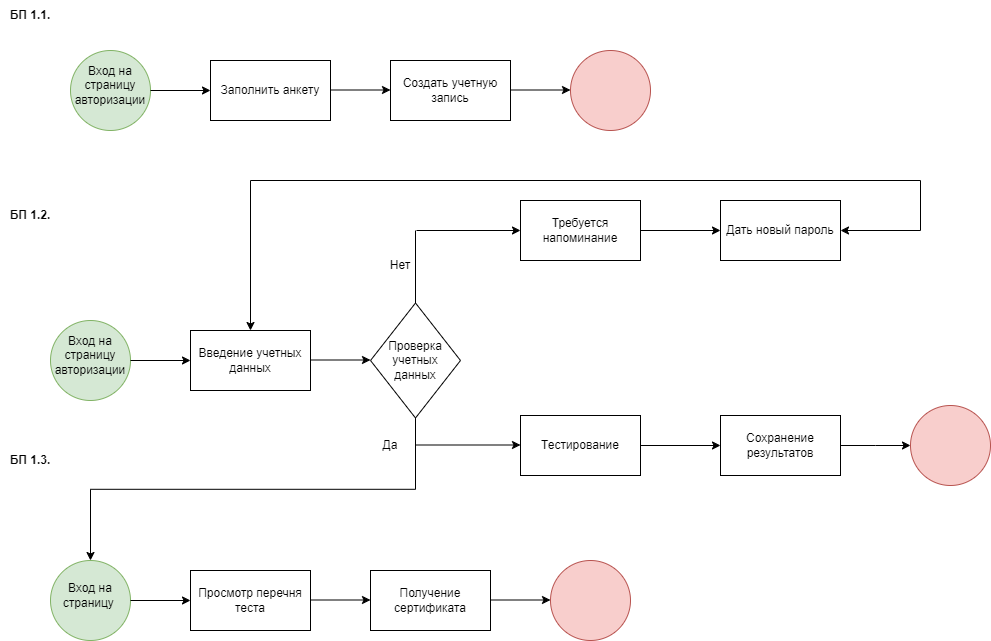
The draw.io diagram БП_user.drawio.png in setusq/SPO234D6, before a commit. Source tidied: cells renumbered, new cells last; positions are measured from the earlier drawing's top-left corner, leaving out a move shared by most shapes.
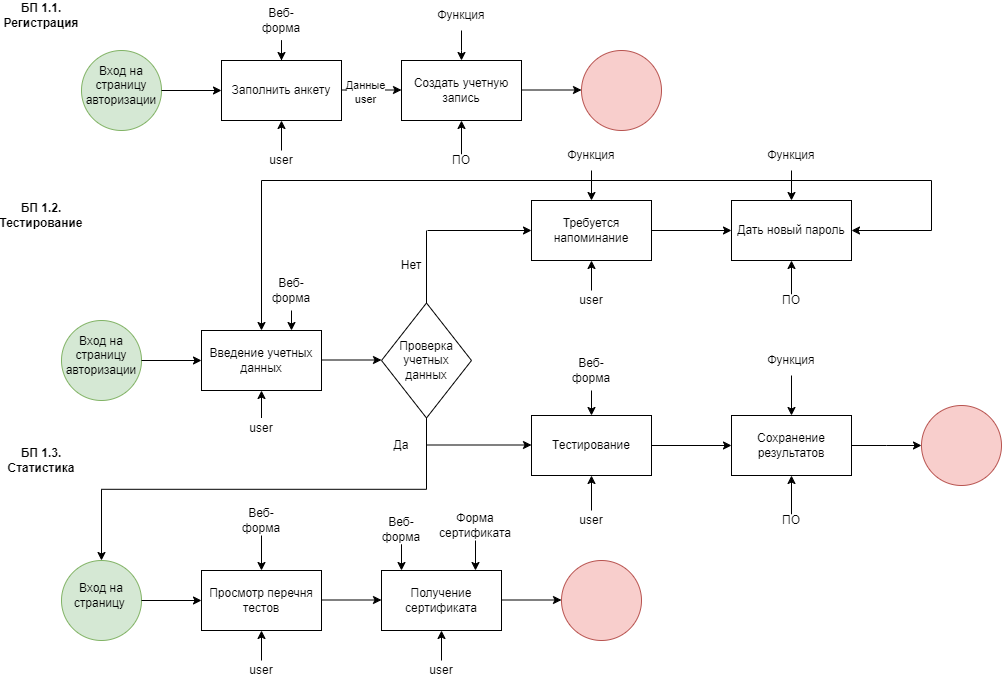
The same file after the commit.

The edit, as a diff of the source:
```diff
@@ -2,7 +2,7 @@
   <root>
     <mxCell id="0" />
     <mxCell id="1" parent="0" />
-    <mxCell id="2" value="БП 1.2." style="text;html=1;strokeColor=none;fillColor=none;align=center;verticalAlign=middle;whiteSpace=wrap;rounded=0;fontStyle=1;" parent="1" vertex="1">
+    <mxCell id="2" value="БП 1.2. Тестирование" style="text;html=1;strokeColor=none;fillColor=none;align=center;verticalAlign=middle;whiteSpace=wrap;rounded=0;fontStyle=1;" parent="1" vertex="1">
       <mxGeometry y="200" width="60" height="30" as="geometry" />
     </mxCell>
     <mxCell id="3" style="endArrow=classic;html=1;rounded=0;entryX=0.5;entryY=0;entryDx=0;entryDy=0;" parent="1" edge="1" target="15">
@@ -91,7 +91,7 @@
     <mxCell id="24" value="Просмотр " style="group;verticalAlign=middle;" parent="23" vertex="1">
       <mxGeometry x="140" y="10" width="120" height="60" as="geometry" />
     </mxCell>
-    <mxCell id="25" value="Просмотр перечня теста" style="rounded=0;whiteSpace=wrap;html=1;" parent="24" vertex="1">
+    <mxCell id="25" value="Просмотр перечня тестов" style="rounded=0;whiteSpace=wrap;html=1;" parent="24" vertex="1">
       <mxGeometry width="120" height="60" as="geometry" />
     </mxCell>
     <mxCell id="26" style="group;" parent="23" vertex="1">
@@ -153,13 +153,13 @@
     <mxCell id="40" value="Сохранение результатов" style="whiteSpace=wrap;html=1;rounded=0;" parent="1" vertex="1">
       <mxGeometry x="720" y="415" width="120" height="60" as="geometry" />
     </mxCell>
-    <mxCell id="41" value="БП 1.3." style="text;html=1;strokeColor=none;fillColor=none;align=center;verticalAlign=middle;whiteSpace=wrap;rounded=0;fontStyle=1;" parent="1" vertex="1">
+    <mxCell id="41" value="БП 1.3. Статистика" style="text;html=1;strokeColor=none;fillColor=none;align=center;verticalAlign=middle;whiteSpace=wrap;rounded=0;fontStyle=1;" parent="1" vertex="1">
       <mxGeometry y="445" width="60" height="30" as="geometry" />
     </mxCell>
     <mxCell id="42" style="group;" parent="1" vertex="1">
       <mxGeometry width="650" height="130" as="geometry" />
     </mxCell>
-    <mxCell id="43" value="БП 1.1." style="text;html=1;strokeColor=none;fillColor=none;align=center;verticalAlign=middle;whiteSpace=wrap;rounded=0;fontStyle=1;" parent="42" vertex="1">
+    <mxCell id="43" value="БП 1.1.&lt;br&gt;Регистрация" style="text;html=1;strokeColor=none;fillColor=none;align=center;verticalAlign=middle;whiteSpace=wrap;rounded=0;fontStyle=1;" parent="42" vertex="1">
       <mxGeometry width="60" height="30" as="geometry" />
     </mxCell>
     <mxCell id="44" style="group;" parent="42" vertex="1">
@@ -183,37 +183,171 @@
     <mxCell id="50" value="Вход на страницу авторизации" style="text;html=1;strokeColor=none;fillColor=none;align=center;verticalAlign=middle;whiteSpace=wrap;rounded=0;" parent="48" vertex="1">
       <mxGeometry y="10" width="80" height="50" as="geometry" />
     </mxCell>
-    <mxCell id="51" style="group;" parent="44" vertex="1">
-      <mxGeometry x="320" y="10" width="120" height="60" as="geometry" />
-    </mxCell>
+    <mxCell id="56" style="endArrow=classic;html=1;rounded=0;entryX=0;entryY=0.5;entryDx=0;entryDy=0;" parent="44" edge="1" target="47">
+      <mxGeometry relative="1" as="geometry">
+        <mxPoint x="80" y="40" as="sourcePoint" />
+      </mxGeometry>
+    </mxCell>
+    <mxCell id="57" style="endArrow=classic;html=1;rounded=0;entryX=0;entryY=0.5;entryDx=0;entryDy=0;" parent="44" edge="1">
+      <mxGeometry relative="1" as="geometry">
+        <mxPoint x="260" y="39.5" as="sourcePoint" />
+        <mxPoint x="320" y="39.5" as="targetPoint" />
+      </mxGeometry>
+    </mxCell>
+    <mxCell id="59" value="Данные &lt;br&gt;user" style="edgeLabel;html=1;align=center;verticalAlign=middle;" parent="57" vertex="1">
+      <mxGeometry x="-0.23" y="-1" relative="1" as="geometry">
+        <mxPoint y="1" as="offset" />
+      </mxGeometry>
+    </mxCell>
+    <mxCell id="58" style="endArrow=classic;html=1;rounded=0;entryX=0;entryY=0.5;entryDx=0;entryDy=0;" parent="44" edge="1">
+      <mxGeometry relative="1" as="geometry">
+        <mxPoint x="440" y="39.5" as="sourcePoint" />
+        <mxPoint x="500" y="39.5" as="targetPoint" />
+      </mxGeometry>
+    </mxCell>
+    <mxCell id="55" style="ellipse;whiteSpace=wrap;html=1;horizontal=0;fillColor=#f8cecc;strokeColor=#b85450;" parent="44" vertex="1">
+      <mxGeometry x="500" width="80" height="80" as="geometry" />
+    </mxCell>
-    <mxCell id="52" style="rounded=0;whiteSpace=wrap;html=1;" parent="51" vertex="1">
-      <mxGeometry width="120" height="60" as="geometry" />
+    <mxCell id="52" style="rounded=0;whiteSpace=wrap;html=1;" parent="44" vertex="1">
+      <mxGeometry x="320" y="10" width="120" height="60" as="geometry" />
     </mxCell>
-    <mxCell id="53" value="Создать учетную запись" style="text;html=1;strokeColor=none;fillColor=none;align=center;verticalAlign=middle;whiteSpace=wrap;rounded=0;" parent="51" vertex="1">
-      <mxGeometry y="15" width="120" height="30" as="geometry" />
+    <mxCell id="53" value="Создать учетную запись" style="text;html=1;strokeColor=none;fillColor=none;align=center;verticalAlign=middle;whiteSpace=wrap;rounded=0;" parent="44" vertex="1">
+      <mxGeometry x="320" y="25" width="120" height="30" as="geometry" />
     </mxCell>
-    <mxCell id="54" style="group;" parent="44" vertex="1">
-      <mxGeometry x="500" width="80" height="80" as="geometry" />
-    </mxCell>
-    <mxCell id="55" style="ellipse;whiteSpace=wrap;html=1;horizontal=0;fillColor=#f8cecc;strokeColor=#b85450;" parent="54" vertex="1">
-      <mxGeometry width="80" height="80" as="geometry" />
-    </mxCell>
-    <mxCell id="56" style="endArrow=classic;html=1;rounded=0;entryX=0;entryY=0.5;entryDx=0;entryDy=0;" parent="44" edge="1" target="47">
-      <mxGeometry relative="1" as="geometry">
-        <mxPoint x="80" y="40" as="sourcePoint" />
-      </mxGeometry>
-    </mxCell>
-    <mxCell id="57" style="endArrow=classic;html=1;rounded=0;entryX=0;entryY=0.5;entryDx=0;entryDy=0;" parent="44" edge="1">
-      <mxGeometry relative="1" as="geometry">
-        <mxPoint x="260" y="39.5" as="sourcePoint" />
-        <mxPoint x="320" y="39.5" as="targetPoint" />
-      </mxGeometry>
-    </mxCell>
-    <mxCell id="58" style="endArrow=classic;html=1;rounded=0;entryX=0;entryY=0.5;entryDx=0;entryDy=0;" parent="44" edge="1">
-      <mxGeometry relative="1" as="geometry">
-        <mxPoint x="440" y="39.5" as="sourcePoint" />
-        <mxPoint x="500" y="39.5" as="targetPoint" />
-      </mxGeometry>
-    </mxCell>
+    <mxCell id="60" style="edgeStyle=orthogonalEdgeStyle;rounded=0;jettySize=auto;html=1;entryX=0.5;entryY=0;entryDx=0;entryDy=0;" parent="42" edge="1" source="61" target="46">
+      <mxGeometry relative="1" as="geometry" />
+    </mxCell>
+    <mxCell id="61" value="Веб-форма" style="text;html=1;strokeColor=none;fillColor=none;align=center;verticalAlign=middle;whiteSpace=wrap;rounded=0;" parent="42" vertex="1">
+      <mxGeometry x="240" width="60" height="40" as="geometry" />
+    </mxCell>
+    <mxCell id="62" style="edgeStyle=orthogonalEdgeStyle;rounded=0;jettySize=auto;html=1;" parent="42" edge="1" source="63">
+      <mxGeometry relative="1" as="geometry">
+        <mxPoint x="450" y="60" as="targetPoint" />
+      </mxGeometry>
+    </mxCell>
+    <mxCell id="63" value="Функция" style="text;html=1;strokeColor=none;fillColor=none;align=center;verticalAlign=middle;whiteSpace=wrap;rounded=0;" parent="42" vertex="1">
+      <mxGeometry x="420" width="60" height="30" as="geometry" />
+    </mxCell>
+    <mxCell id="64" style="group;" parent="1" vertex="1">
+      <mxGeometry x="240" y="150" width="60" height="20" as="geometry" />
+    </mxCell>
+    <mxCell id="65" value="user" style="text;html=1;strokeColor=none;fillColor=none;align=center;verticalAlign=middle;whiteSpace=wrap;rounded=0;" parent="64" vertex="1">
+      <mxGeometry width="60" height="20" as="geometry" />
+    </mxCell>
+    <mxCell id="66" style="edgeStyle=orthogonalEdgeStyle;rounded=0;jettySize=auto;html=1;entryX=0.5;entryY=1;entryDx=0;entryDy=0;" parent="1" edge="1" source="65" target="46">
+      <mxGeometry relative="1" as="geometry" />
+    </mxCell>
+    <mxCell id="67" style="edgeStyle=orthogonalEdgeStyle;rounded=0;jettySize=auto;html=1;entryX=0.5;entryY=1;entryDx=0;entryDy=0;" parent="1" edge="1" source="68" target="52">
+      <mxGeometry relative="1" as="geometry" />
+    </mxCell>
+    <mxCell id="68" value="ПО" style="text;html=1;strokeColor=none;fillColor=none;align=center;verticalAlign=middle;whiteSpace=wrap;rounded=0;" parent="1" vertex="1">
+      <mxGeometry x="420" y="153.8" width="60" height="12.5" as="geometry" />
+    </mxCell>
+    <mxCell id="69" style="group;" parent="1" vertex="1">
+      <mxGeometry x="220" y="417.5" width="60" height="20" as="geometry" />
+    </mxCell>
+    <mxCell id="70" value="user" style="text;html=1;strokeColor=none;fillColor=none;align=center;verticalAlign=middle;whiteSpace=wrap;rounded=0;" parent="69" vertex="1">
+      <mxGeometry width="60" height="20" as="geometry" />
+    </mxCell>
+    <mxCell id="71" style="edgeStyle=orthogonalEdgeStyle;rounded=0;jettySize=auto;html=1;entryX=0.5;entryY=1;entryDx=0;entryDy=0;" parent="1" edge="1" source="70" target="15">
+      <mxGeometry relative="1" as="geometry" />
+    </mxCell>
+    <mxCell id="72" style="edgeStyle=orthogonalEdgeStyle;rounded=0;jettySize=auto;html=1;" parent="1" edge="1" source="73" target="18">
+      <mxGeometry relative="1" as="geometry" />
+    </mxCell>
+    <mxCell id="73" value="user" style="text;html=1;strokeColor=none;fillColor=none;align=center;verticalAlign=middle;whiteSpace=wrap;rounded=0;" parent="1" vertex="1">
+      <mxGeometry x="550" y="290" width="60" height="20" as="geometry" />
+    </mxCell>
+    <mxCell id="74" style="edgeStyle=orthogonalEdgeStyle;rounded=0;jettySize=auto;html=1;" parent="1" edge="1" source="75" target="19">
+      <mxGeometry relative="1" as="geometry" />
+    </mxCell>
+    <mxCell id="75" value="ПО" style="text;html=1;strokeColor=none;fillColor=none;align=center;verticalAlign=middle;whiteSpace=wrap;rounded=0;" parent="1" vertex="1">
+      <mxGeometry x="750" y="293.8" width="60" height="12.5" as="geometry" />
+    </mxCell>
+    <mxCell id="76" style="edgeStyle=orthogonalEdgeStyle;rounded=0;jettySize=auto;html=1;" parent="1" edge="1" source="77" target="38">
+      <mxGeometry relative="1" as="geometry" />
+    </mxCell>
+    <mxCell id="77" value="user" style="text;html=1;strokeColor=none;fillColor=none;align=center;verticalAlign=middle;whiteSpace=wrap;rounded=0;" parent="1" vertex="1">
+      <mxGeometry x="550" y="510" width="60" height="20" as="geometry" />
+    </mxCell>
+    <mxCell id="78" style="edgeStyle=orthogonalEdgeStyle;rounded=0;jettySize=auto;html=1;" parent="1" edge="1" source="79" target="40">
+      <mxGeometry relative="1" as="geometry" />
+    </mxCell>
+    <mxCell id="79" value="ПО" style="text;html=1;strokeColor=none;fillColor=none;align=center;verticalAlign=middle;whiteSpace=wrap;rounded=0;" parent="1" vertex="1">
+      <mxGeometry x="750" y="513.8" width="60" height="12.5" as="geometry" />
+    </mxCell>
+    <mxCell id="80" style="group;" parent="1" vertex="1">
+      <mxGeometry x="220" y="660" width="60" height="20" as="geometry" />
+    </mxCell>
+    <mxCell id="81" value="user" style="text;html=1;strokeColor=none;fillColor=none;align=center;verticalAlign=middle;whiteSpace=wrap;rounded=0;" parent="80" vertex="1">
+      <mxGeometry width="60" height="20" as="geometry" />
+    </mxCell>
+    <mxCell id="82" style="edgeStyle=orthogonalEdgeStyle;rounded=0;jettySize=auto;html=1;" parent="1" edge="1" source="81" target="25">
+      <mxGeometry relative="1" as="geometry" />
+    </mxCell>
+    <mxCell id="83" style="edgeStyle=orthogonalEdgeStyle;rounded=0;jettySize=auto;html=1;" parent="1" edge="1" source="84" target="34">
+      <mxGeometry relative="1" as="geometry" />
+    </mxCell>
+    <mxCell id="84" value="user" style="text;html=1;strokeColor=none;fillColor=none;align=center;verticalAlign=middle;whiteSpace=wrap;rounded=0;" parent="1" vertex="1">
+      <mxGeometry x="400" y="660" width="60" height="20" as="geometry" />
+    </mxCell>
+    <mxCell id="85" style="edgeStyle=orthogonalEdgeStyle;rounded=0;jettySize=auto;html=1;" parent="1" edge="1" source="86" target="25">
+      <mxGeometry relative="1" as="geometry" />
+    </mxCell>
+    <mxCell id="86" value="Веб-форма" style="text;html=1;strokeColor=none;fillColor=none;align=center;verticalAlign=middle;whiteSpace=wrap;rounded=0;" parent="1" vertex="1">
+      <mxGeometry x="220" y="505" width="60" height="30" as="geometry" />
+    </mxCell>
+    <mxCell id="87" style="edgeStyle=orthogonalEdgeStyle;rounded=0;jettySize=auto;html=1;" parent="1" edge="1" source="88" target="34">
+      <mxGeometry relative="1" as="geometry">
+        <Array as="points">
+          <mxPoint x="404" y="570" />
+          <mxPoint x="404" y="570" />
+        </Array>
+      </mxGeometry>
+    </mxCell>
+    <mxCell id="88" value="Веб-форма" style="text;html=1;strokeColor=none;fillColor=none;align=center;verticalAlign=middle;whiteSpace=wrap;rounded=0;" parent="1" vertex="1">
+      <mxGeometry x="360" y="513.8" width="60" height="30" as="geometry" />
+    </mxCell>
+    <mxCell id="89" style="edgeStyle=orthogonalEdgeStyle;rounded=0;jettySize=auto;html=1;" parent="1" edge="1" source="90" target="34">
+      <mxGeometry relative="1" as="geometry">
+        <Array as="points">
+          <mxPoint x="464" y="570" />
+          <mxPoint x="464" y="570" />
+        </Array>
+      </mxGeometry>
+    </mxCell>
+    <mxCell id="90" value="Форма сертификата" style="text;html=1;strokeColor=none;fillColor=none;align=center;verticalAlign=middle;whiteSpace=wrap;rounded=0;" parent="1" vertex="1">
+      <mxGeometry x="434" y="510" width="60" height="30" as="geometry" />
+    </mxCell>
+    <mxCell id="91" style="edgeStyle=orthogonalEdgeStyle;rounded=0;jettySize=auto;html=1;entryX=0.5;entryY=0;entryDx=0;entryDy=0;" parent="1" edge="1" source="92" target="38">
+      <mxGeometry relative="1" as="geometry" />
+    </mxCell>
+    <mxCell id="92" value="Веб-форма" style="text;html=1;strokeColor=none;fillColor=none;align=center;verticalAlign=middle;whiteSpace=wrap;rounded=0;" parent="1" vertex="1">
+      <mxGeometry x="550" y="350" width="60" height="40" as="geometry" />
+    </mxCell>
+    <mxCell id="93" style="edgeStyle=orthogonalEdgeStyle;rounded=0;jettySize=auto;html=1;" parent="1" edge="1" source="94" target="40">
+      <mxGeometry relative="1" as="geometry" />
+    </mxCell>
+    <mxCell id="94" value="Функция" style="text;html=1;strokeColor=none;fillColor=none;align=center;verticalAlign=middle;whiteSpace=wrap;rounded=0;" parent="1" vertex="1">
+      <mxGeometry x="750" y="345" width="60" height="30" as="geometry" />
+    </mxCell>
+    <mxCell id="95" style="edgeStyle=orthogonalEdgeStyle;rounded=0;jettySize=auto;html=1;" parent="1" edge="1" source="96" target="19">
+      <mxGeometry relative="1" as="geometry" />
+    </mxCell>
+    <mxCell id="96" value="Функция" style="text;html=1;strokeColor=none;fillColor=none;align=center;verticalAlign=middle;whiteSpace=wrap;rounded=0;" parent="1" vertex="1">
+      <mxGeometry x="750" y="140" width="60" height="30" as="geometry" />
+    </mxCell>
+    <mxCell id="97" style="edgeStyle=orthogonalEdgeStyle;rounded=0;jettySize=auto;html=1;" parent="1" edge="1" source="98" target="18">
+      <mxGeometry relative="1" as="geometry" />
+    </mxCell>
+    <mxCell id="98" value="Функция" style="text;html=1;strokeColor=none;fillColor=none;align=center;verticalAlign=middle;whiteSpace=wrap;rounded=0;" parent="1" vertex="1">
+      <mxGeometry x="550" y="140" width="60" height="30" as="geometry" />
+    </mxCell>
+    <mxCell id="99" value="Веб-форма" style="text;html=1;strokeColor=none;fillColor=none;align=center;verticalAlign=middle;whiteSpace=wrap;rounded=0;" parent="1" vertex="1">
+      <mxGeometry x="250" y="270" width="60" height="40" as="geometry" />
+    </mxCell>
+    <mxCell id="100" style="endArrow=classic;html=1;rounded=0;exitX=0.5;exitY=1;exitDx=0;exitDy=0;entryX=0.75;entryY=0;entryDx=0;entryDy=0;" parent="1" edge="1" source="99" target="15">
+      <mxGeometry relative="1" as="geometry" />
+    </mxCell>
   </root>
 </mxGraphModel>
```
